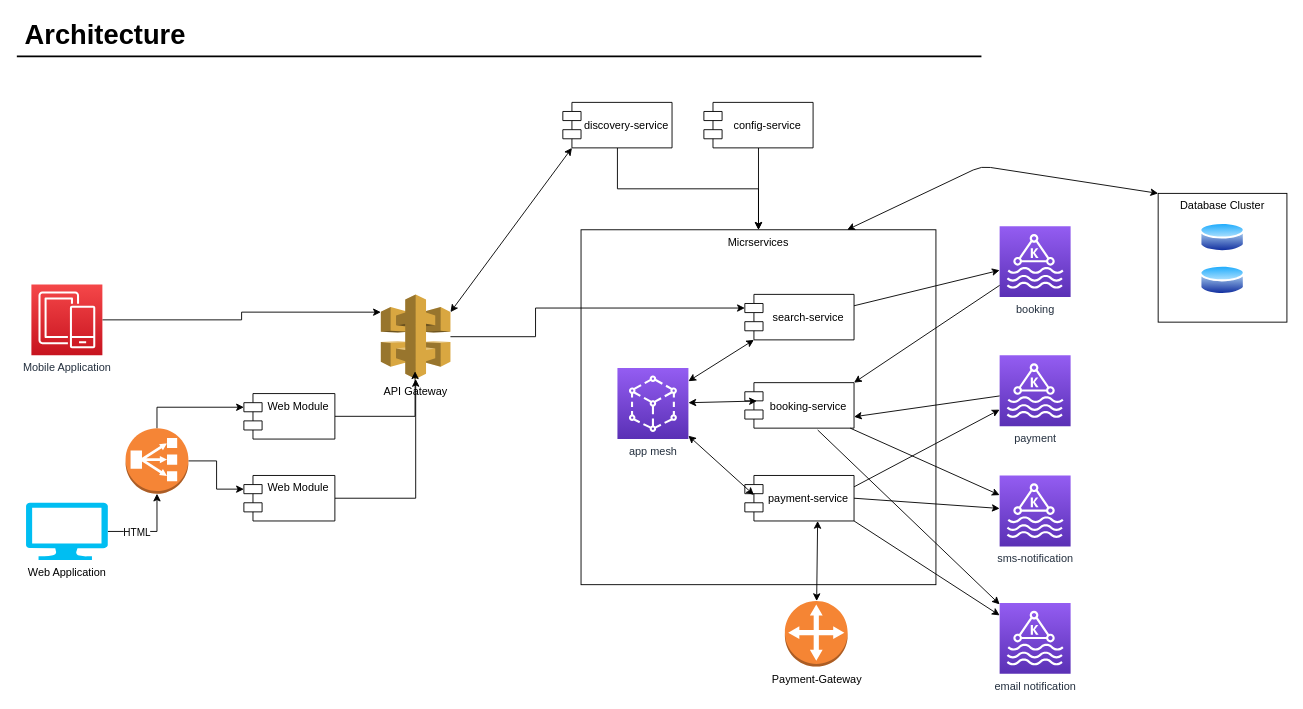
The draw.io diagram page "architecture" (1 of 2) of documents/architecture_diagram.drawio in DIL8654/eda-project, before the edit. Source tidied: cells renumbered, new cells numbered last; positions are measured from the earlier drawing's top-left corner, leaving out a move shared by most shapes. Both pictures are drawn from the tidied source at 91%, with x=0, y=0 at pixel (16, 15).
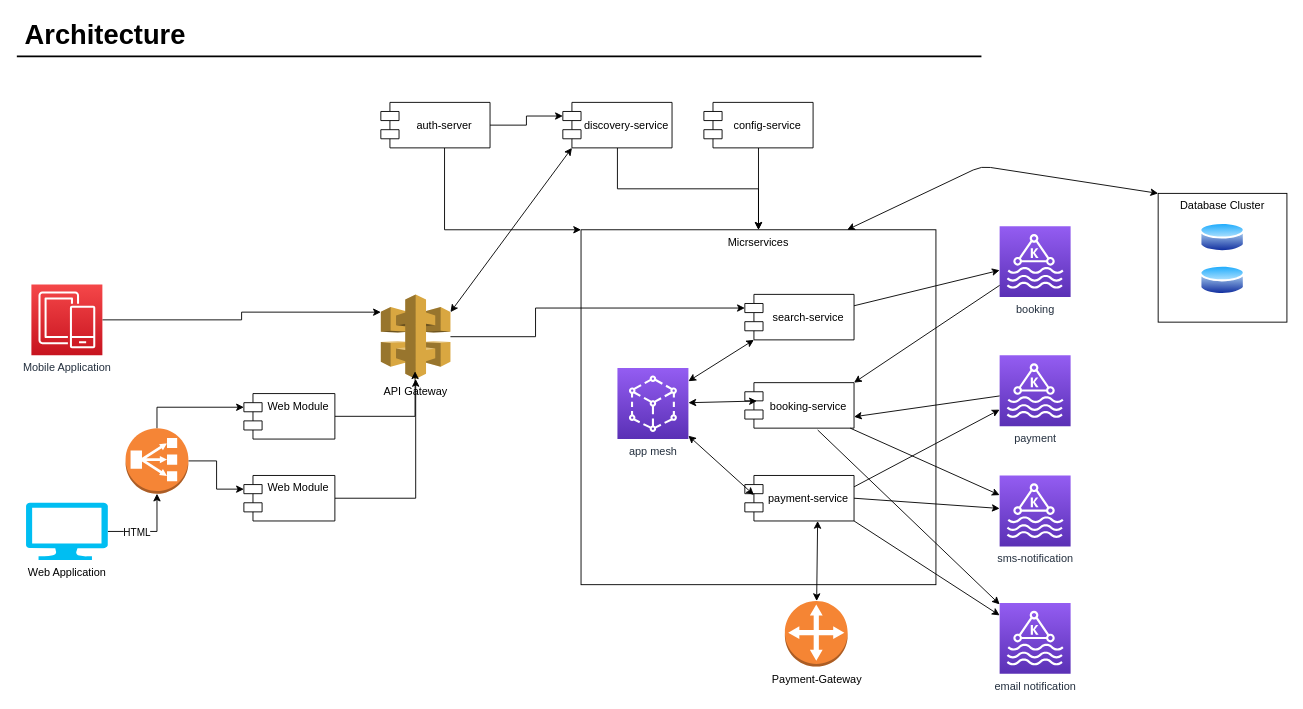
The same diagram, later.

Unchanged cells that the change refers to:
```xml
<mxCell id="3" value="Micrservices" style="whiteSpace=wrap;html=1;verticalAlign=top;" parent="1" vertex="1">
  <mxGeometry x="620" y="236" width="390" height="390" as="geometry" />
</mxCell>
<mxCell id="21" value="discovery-service" style="shape=module;align=left;spacingLeft=20;align=center;verticalAlign=middle;" parent="1" vertex="1">
  <mxGeometry x="600" y="96" width="120" height="50" as="geometry" />
</mxCell>
```

Change to the diagram source:
```diff
@@
+    <mxCell id="49" style="edgeStyle=orthogonalEdgeStyle;rounded=0;jettySize=auto;html=1;entryX=0;entryY=0;entryDx=0;entryDy=0;" parent="1" edge="1" source="51" target="3">
+      <mxGeometry relative="1" as="geometry">
+        <Array as="points">
+          <mxPoint x="470" y="236" />
+        </Array>
+      </mxGeometry>
+    </mxCell>
+    <mxCell id="50" style="edgeStyle=orthogonalEdgeStyle;rounded=0;jettySize=auto;html=1;entryX=0;entryY=0;entryDx=0;entryDy=15;entryPerimeter=0;" parent="1" edge="1" source="51" target="21">
+      <mxGeometry relative="1" as="geometry" />
+    </mxCell>
+    <mxCell id="51" value="auth-server" style="shape=module;align=left;spacingLeft=20;align=center;verticalAlign=middle;" parent="1" vertex="1">
+      <mxGeometry x="400" y="96" width="120" height="50" as="geometry" />
+    </mxCell>
```
